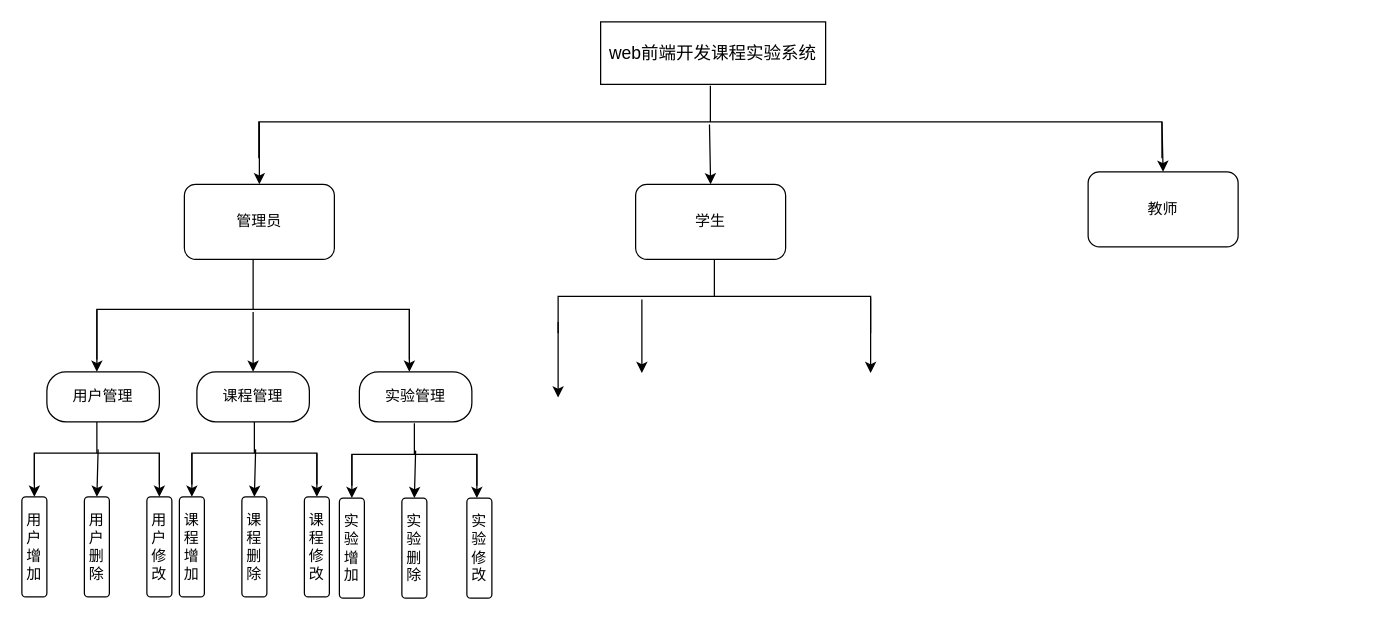
This is web前端开发课程实验系统（系统模块图）.drawio from lahahah/hexo_img, a draw.io file, before an edit. Source tidied: cells renumbered, new cells numbered last; positions are measured from the earlier drawing's top-left corner, leaving out a move shared by most shapes. Both pictures are drawn from the tidied source at 125%, with x=0, y=0 at pixel (21, -330).
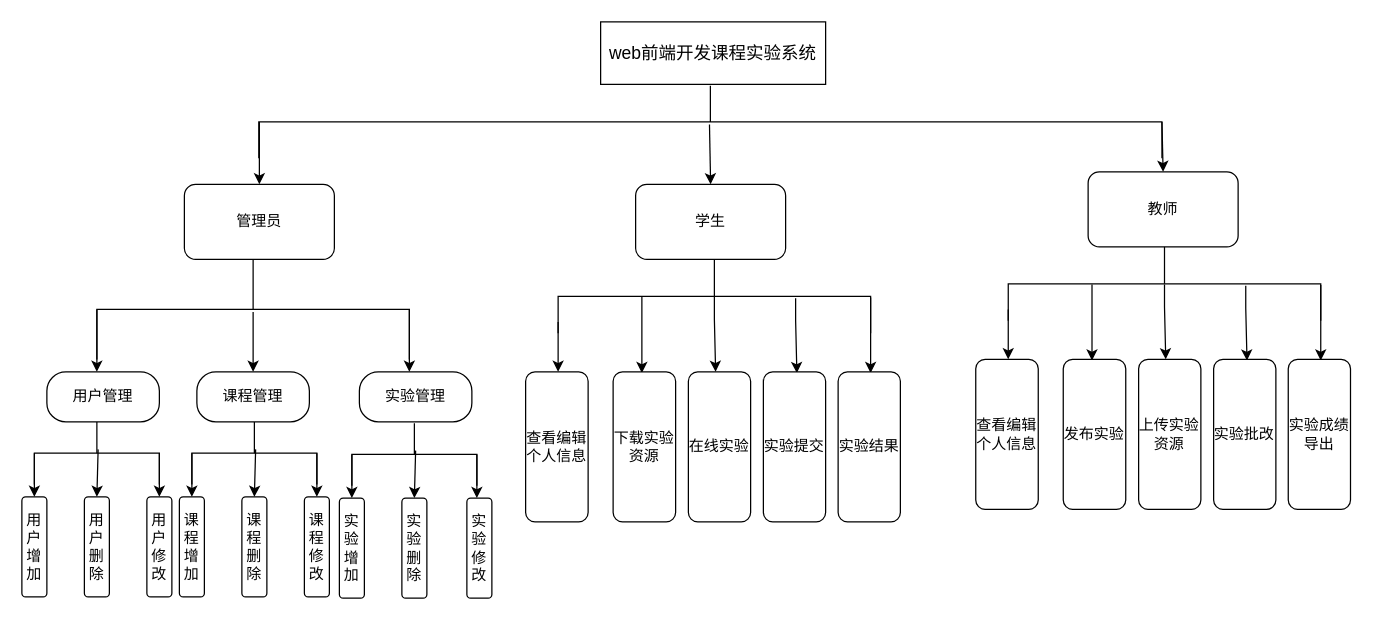
The same page after the edit.

Commit message:
更新web前端开发课程实验系统（系统模块图）.drawio

The edit, as a diff of the source:
```diff
@@
     <mxCell id="38" style="endArrow=classic;html=1;rounded=0;exitX=0.5;exitY=1;exitDx=0;exitDy=0;exitPerimeter=0;" parent="1" edge="1">
       <mxGeometry relative="1" as="geometry">
         <mxPoint x="429" y="521" as="sourcePoint" />
-        <mxPoint x="429" y="581.5" as="targetPoint" />
+        <mxPoint x="429" y="561" as="targetPoint" />
       </mxGeometry>
     </mxCell>
-    <mxCell id="39" style="endArrow=classic;html=1;rounded=0;exitX=0.525;exitY=0.5;exitDx=0;exitDy=0;exitPerimeter=0;entryX=0;entryY=0.5;entryDx=0;entryDy=0;" parent="1" edge="1">
+    <mxCell id="39" style="endArrow=classic;html=1;rounded=0;entryX=0;entryY=0.5;entryDx=0;entryDy=0;" parent="1" edge="1">
       <mxGeometry relative="1" as="geometry">
-        <mxPoint x="496" y="503" as="sourcePoint" />
+        <mxPoint x="496" y="501" as="sourcePoint" />
         <mxPoint x="496" y="562" as="targetPoint" />
       </mxGeometry>
     </mxCell>
@@
+    <mxCell id="42" value="查看编辑个人信息" style="rounded=1;whiteSpace=wrap;html=1;direction=south;" parent="1" vertex="1">
+      <mxGeometry x="403" y="561" width="50" height="120" as="geometry" />
+    </mxCell>
+    <mxCell id="43" value="下载实验资源" style="rounded=1;whiteSpace=wrap;html=1;direction=south;" parent="1" vertex="1">
+      <mxGeometry x="473" y="561" width="50" height="120" as="geometry" />
+    </mxCell>
+    <mxCell id="44" style="endArrow=classic;html=1;rounded=0;exitX=0.542;exitY=0.504;exitDx=0;exitDy=0;exitPerimeter=0;" parent="1" edge="1">
+      <mxGeometry relative="1" as="geometry">
+        <mxPoint x="554" y="501" as="sourcePoint" />
+        <mxPoint x="555" y="561" as="targetPoint" />
+        <Array as="points">
+          <mxPoint x="554" y="519" />
+        </Array>
+      </mxGeometry>
+    </mxCell>
+    <mxCell id="45" value="在线实验" style="rounded=1;whiteSpace=wrap;html=1;direction=south;" parent="1" vertex="1">
+      <mxGeometry x="533.2" y="561" width="49.8" height="120" as="geometry" />
+    </mxCell>
+    <mxCell id="46" style="endArrow=classic;html=1;rounded=0;exitX=0.542;exitY=0.504;exitDx=0;exitDy=0;exitPerimeter=0;" parent="1" edge="1">
+      <mxGeometry relative="1" as="geometry">
+        <mxPoint x="619" y="502" as="sourcePoint" />
+        <mxPoint x="620" y="562" as="targetPoint" />
+        <Array as="points">
+          <mxPoint x="619" y="520" />
+        </Array>
+      </mxGeometry>
+    </mxCell>
+    <mxCell id="47" value="实验提交" style="rounded=1;whiteSpace=wrap;html=1;direction=south;" parent="1" vertex="1">
+      <mxGeometry x="593.2" y="561" width="49.8" height="120" as="geometry" />
+    </mxCell>
+    <mxCell id="48" value="实验结果" style="rounded=1;whiteSpace=wrap;html=1;direction=south;" parent="1" vertex="1">
+      <mxGeometry x="653" y="561" width="49.8" height="120" as="geometry" />
+    </mxCell>
+    <mxCell id="49" style="strokeWidth=1;html=1;shape=mxgraph.flowchart.annotation_2;align=left;labelPosition=right;direction=south;" parent="1" vertex="1">
+      <mxGeometry x="789.1" y="461" width="250" height="59" as="geometry" />
+    </mxCell>
+    <mxCell id="50" style="endArrow=classic;html=1;rounded=0;exitX=0.5;exitY=1;exitDx=0;exitDy=0;exitPerimeter=0;" parent="1" edge="1">
+      <mxGeometry relative="1" as="geometry">
+        <mxPoint x="789.1" y="511" as="sourcePoint" />
+        <mxPoint x="789.1" y="551" as="targetPoint" />
+      </mxGeometry>
+    </mxCell>
+    <mxCell id="51" style="endArrow=classic;html=1;rounded=0;entryX=0;entryY=0.5;entryDx=0;entryDy=0;" parent="1" edge="1">
+      <mxGeometry relative="1" as="geometry">
+        <mxPoint x="856.1" y="491" as="sourcePoint" />
+        <mxPoint x="856.1" y="552" as="targetPoint" />
+      </mxGeometry>
+    </mxCell>
+    <mxCell id="52" style="endArrow=classic;html=1;rounded=0;exitX=0.5;exitY=0;exitDx=0;exitDy=0;exitPerimeter=0;" parent="1" edge="1">
+      <mxGeometry relative="1" as="geometry">
+        <mxPoint x="1039.1" y="491.5" as="sourcePoint" />
+        <mxPoint x="1039.1" y="552" as="targetPoint" />
+      </mxGeometry>
+    </mxCell>
+    <mxCell id="53" value="查看编辑个人信息" style="rounded=1;whiteSpace=wrap;html=1;direction=south;" parent="1" vertex="1">
+      <mxGeometry x="763.1" y="551" width="50" height="120" as="geometry" />
+    </mxCell>
+    <mxCell id="54" value="发布实验" style="rounded=1;whiteSpace=wrap;html=1;direction=south;" parent="1" vertex="1">
+      <mxGeometry x="833.1" y="551" width="50" height="120" as="geometry" />
+    </mxCell>
+    <mxCell id="55" style="endArrow=classic;html=1;rounded=0;exitX=0.542;exitY=0.504;exitDx=0;exitDy=0;exitPerimeter=0;" parent="1" edge="1">
+      <mxGeometry relative="1" as="geometry">
+        <mxPoint x="914.1" y="491" as="sourcePoint" />
+        <mxPoint x="915.1" y="551" as="targetPoint" />
+        <Array as="points">
+          <mxPoint x="914.1" y="509" />
+        </Array>
+      </mxGeometry>
+    </mxCell>
+    <mxCell id="56" value="上传实验资源" style="rounded=1;whiteSpace=wrap;html=1;direction=south;" parent="1" vertex="1">
+      <mxGeometry x="893.4" y="551" width="49.8" height="120" as="geometry" />
+    </mxCell>
+    <mxCell id="57" style="endArrow=classic;html=1;rounded=0;exitX=0.542;exitY=0.504;exitDx=0;exitDy=0;exitPerimeter=0;" parent="1" edge="1">
+      <mxGeometry relative="1" as="geometry">
+        <mxPoint x="979.1" y="492" as="sourcePoint" />
+        <mxPoint x="980.1" y="552" as="targetPoint" />
+        <Array as="points">
+          <mxPoint x="979.1" y="510" />
+        </Array>
+      </mxGeometry>
+    </mxCell>
+    <mxCell id="58" value="实验批改" style="rounded=1;whiteSpace=wrap;html=1;direction=south;" parent="1" vertex="1">
+      <mxGeometry x="953.4" y="551" width="49.8" height="120" as="geometry" />
+    </mxCell>
+    <mxCell id="59" value="实验成绩导出" style="rounded=1;whiteSpace=wrap;html=1;direction=south;" parent="1" vertex="1">
+      <mxGeometry x="1013.1" y="551" width="49.8" height="120" as="geometry" />
+    </mxCell>
```
